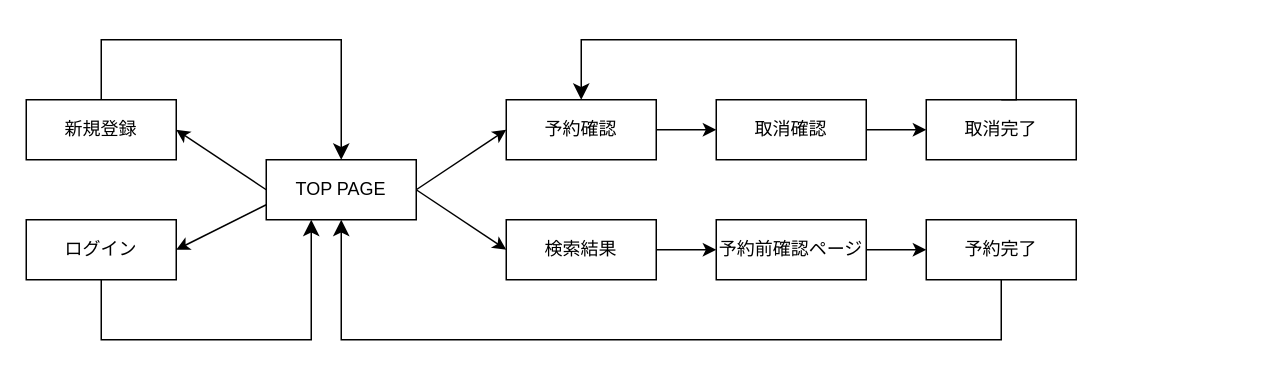
yuusukeshann/hotels keeps this draw.io diagram as screen_transition_diagram.dio. Above is the earlier version. Source tidied: cells renumbered, new cells numbered last; positions are measured from the earlier drawing's top-left corner, leaving out a move shared by most shapes. Both pictures are drawn from the tidied source at 150%, with x=0, y=0 at pixel (26, 39).
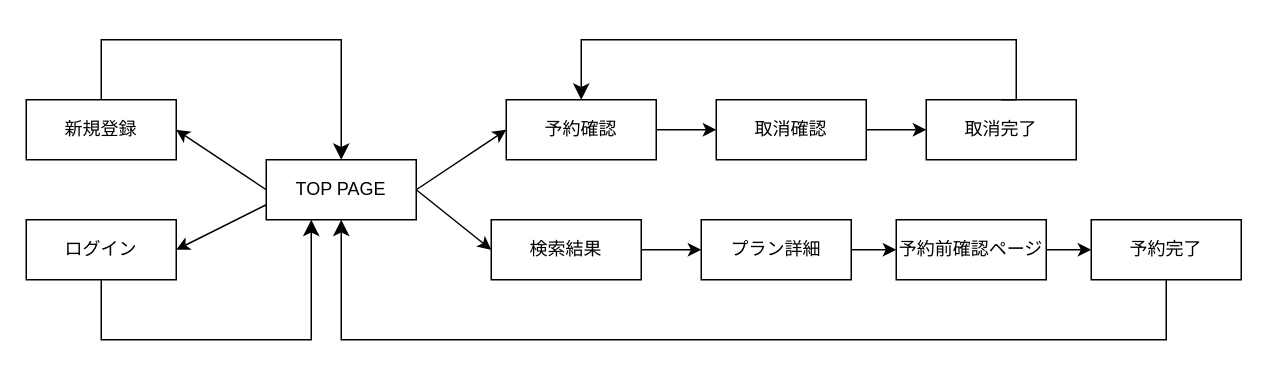
After the change.

Commit message (it also covers changes not shown here):
READMEの修正（画面遷移図）

Diff of the diagram source:
```diff
@@
     <mxCell id="9" value="予約完了" style="whiteSpace=wrap;html=1;align=center;" parent="1" vertex="1">
-      <mxGeometry x="600" y="120" width="100" height="40" as="geometry" />
+      <mxGeometry x="710" y="120" width="100" height="40" as="geometry" />
     </mxCell>
@@
     <mxCell id="11" value="予約前確認ページ" style="whiteSpace=wrap;html=1;align=center;" parent="1" vertex="1">
-      <mxGeometry x="460" y="120" width="100" height="40" as="geometry" />
+      <mxGeometry x="580" y="120" width="100" height="40" as="geometry" />
     </mxCell>
-    <mxCell id="12" style="edgeStyle=none;html=1;exitX=1;exitY=0.5;exitDx=0;exitDy=0;entryX=0;entryY=0.5;entryDx=0;entryDy=0;" parent="1" edge="1" source="13" target="11">
-      <mxGeometry relative="1" as="geometry" />
-    </mxCell>
+    <mxCell id="23" style="edgeStyle=none;html=1;exitX=1;exitY=0.5;exitDx=0;exitDy=0;entryX=0;entryY=0.5;entryDx=0;entryDy=0;" parent="1" edge="1" source="13" target="25">
+      <mxGeometry relative="1" as="geometry" />
+    </mxCell>
     <mxCell id="13" value="検索結果" style="whiteSpace=wrap;html=1;align=center;" parent="1" vertex="1">
-      <mxGeometry x="320" y="120" width="100" height="40" as="geometry" />
+      <mxGeometry x="310" y="120" width="100" height="40" as="geometry" />
     </mxCell>
@@
     <mxCell id="19" style="edgeStyle=segmentEdgeStyle;endArrow=classic;html=1;curved=0;rounded=0;endSize=8;startSize=8;exitX=0.5;exitY=1;exitDx=0;exitDy=0;" parent="1" edge="1" source="9">
       <mxGeometry relative="1" as="geometry">
         <mxPoint x="210" y="120" as="targetPoint" />
         <Array as="points">
-          <mxPoint x="650" y="200" />
+          <mxPoint x="760" y="200" />
           <mxPoint x="210" y="200" />
         </Array>
       </mxGeometry>
     </mxCell>
@@
+    <mxCell id="24" style="edgeStyle=none;html=1;exitX=1;exitY=0.5;exitDx=0;exitDy=0;entryX=0;entryY=0.5;entryDx=0;entryDy=0;" parent="1" edge="1" source="25" target="11">
+      <mxGeometry relative="1" as="geometry" />
+    </mxCell>
+    <mxCell id="25" value="プラン詳細" style="whiteSpace=wrap;html=1;align=center;" parent="1" vertex="1">
+      <mxGeometry x="450" y="120" width="100" height="40" as="geometry" />
+    </mxCell>
```
